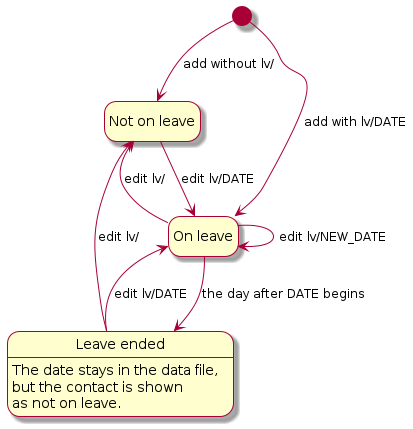
This is diagrams/LeaveStateDiagram.png from AY2627S1-CS2103T-W12-3/tp, a PlantUML export, as it was before one commit. Its source is kept beside it as diagrams/LeaveStateDiagram.puml. Source of this version:
```plantuml
@startuml
skin rose
skinparam ArrowFontSize 12
hide empty description

state "Not on leave" as NotOnLeave
state "On leave" as OnLeave
state "Leave ended" as Ended
Ended : The date stays in the data file,
Ended : but the contact is shown
Ended : as not on leave.

[*] --> NotOnLeave : add without lv/
[*] --> OnLeave : add with lv/DATE

NotOnLeave --> OnLeave : edit lv/DATE
OnLeave --> OnLeave : edit lv/NEW_DATE
OnLeave --> Ended : the day after DATE begins
OnLeave --> NotOnLeave : edit lv/
Ended --> OnLeave : edit lv/DATE
Ended --> NotOnLeave : edit lv/
@enduml
```
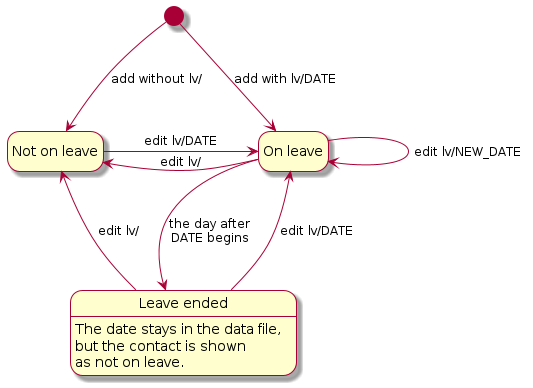
Later version of the same file.

Diff of the diagram source:
```diff
@@ -1,6 +1,8 @@
 @startuml
 skin rose
 skinparam ArrowFontSize 12
+skinparam nodesep 80
+skinparam ranksep 90
 hide empty description
 
 state "Not on leave" as NotOnLeave
@@ -10,13 +12,13 @@
 Ended : but the contact is shown
 Ended : as not on leave.
 
-[*] --> NotOnLeave : add without lv/
-[*] --> OnLeave : add with lv/DATE
+[*] -down-> NotOnLeave : add without lv/
+[*] -right-> OnLeave : add with lv/DATE
 
-NotOnLeave --> OnLeave : edit lv/DATE
-OnLeave --> OnLeave : edit lv/NEW_DATE
-OnLeave --> Ended : the day after DATE begins
-OnLeave --> NotOnLeave : edit lv/
-Ended --> OnLeave : edit lv/DATE
-Ended --> NotOnLeave : edit lv/
+NotOnLeave -right-> OnLeave : edit lv/DATE
+OnLeave -right-> OnLeave : edit lv/NEW_DATE
+OnLeave -down-> Ended : the day after\nDATE begins
+OnLeave -left-> NotOnLeave : edit lv/
+Ended -up-> OnLeave : edit lv/DATE
+Ended -left-> NotOnLeave : edit lv/
 @enduml
```
